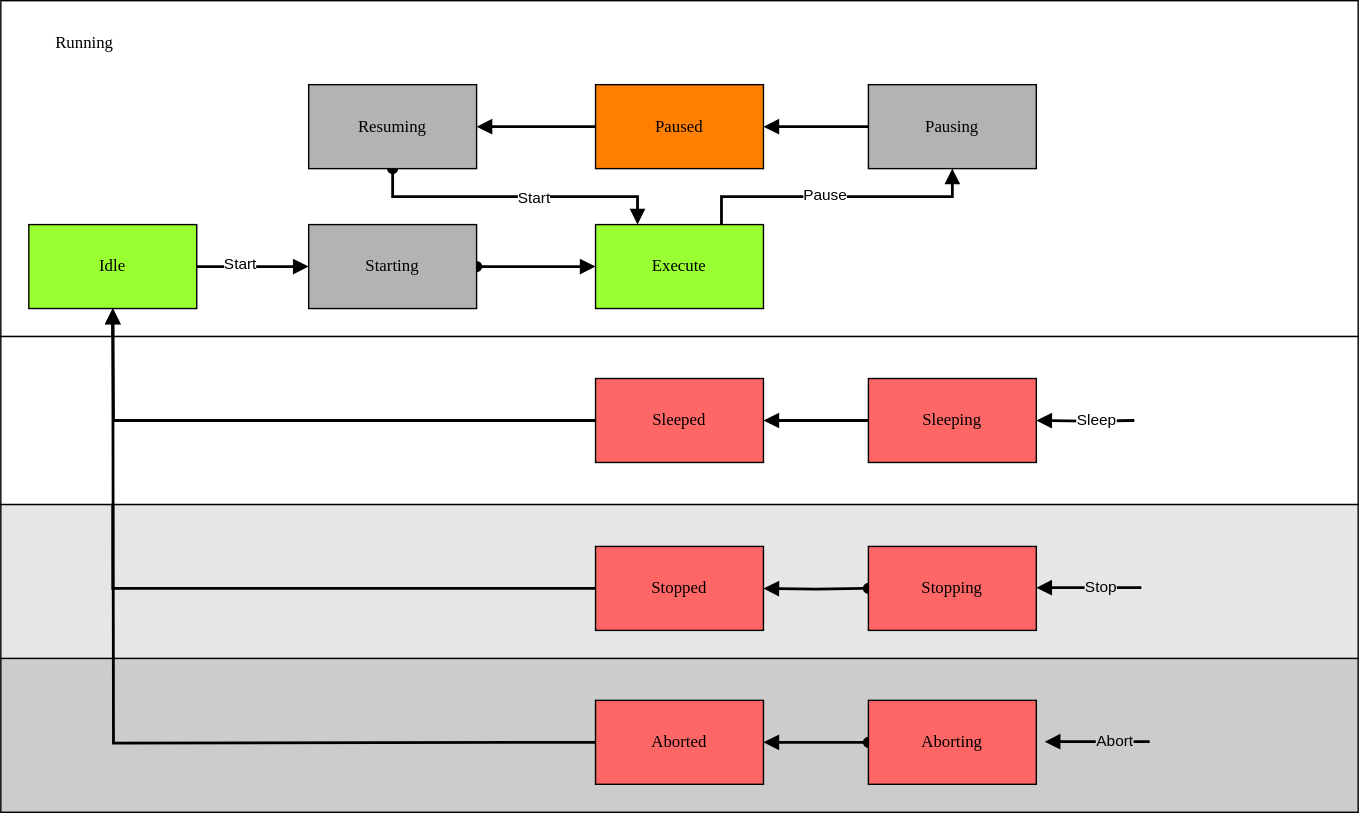
Above: docs/StateMachine.drawio.svg in PeterZerlauth/Tc3_Component (draw.io), before the change. Source tidied: cells renumbered, new cells last; positions are measured from the earlier drawing's top-left corner, leaving out a move shared by most shapes.
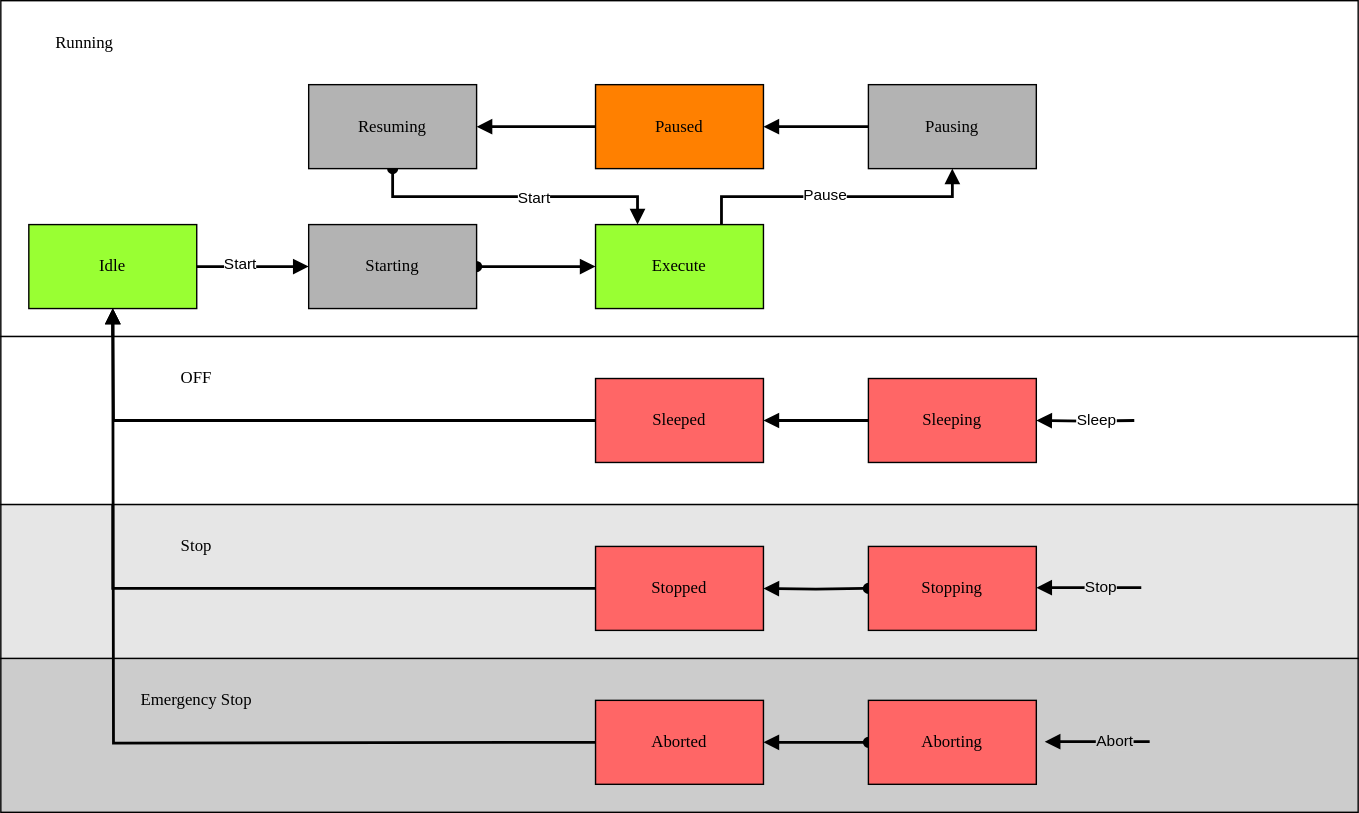
Later version of the same file.

What changed in the source:
```diff
@@ -144,5 +144,14 @@
         <mxPoint x="80" y="220" as="targetPoint" />
       </mxGeometry>
     </mxCell>
+    <mxCell id="40" value="Emergency Stop" style="rounded=0;whiteSpace=wrap;html=1;arcSize=24;fillColor=none;strokeColor=none;shadow=0;comic=0;labelBackgroundColor=none;fontFamily=Verdana;fontSize=12;fontColor=#000000;align=center;" parent="1" vertex="1">
+      <mxGeometry x="80" y="470" width="120" height="60" as="geometry" />
+    </mxCell>
+    <mxCell id="41" value="Stop" style="rounded=0;whiteSpace=wrap;html=1;arcSize=24;fillColor=none;strokeColor=none;shadow=0;comic=0;labelBackgroundColor=none;fontFamily=Verdana;fontSize=12;fontColor=#000000;align=center;" parent="1" vertex="1">
+      <mxGeometry x="80" y="360" width="120" height="60" as="geometry" />
+    </mxCell>
+    <mxCell id="42" value="OFF" style="rounded=0;whiteSpace=wrap;html=1;arcSize=24;fillColor=none;strokeColor=none;shadow=0;comic=0;labelBackgroundColor=none;fontFamily=Verdana;fontSize=12;fontColor=#000000;align=center;" parent="1" vertex="1">
+      <mxGeometry x="80" y="240" width="120" height="60" as="geometry" />
+    </mxCell>
   </root>
 </mxGraphModel>
```
